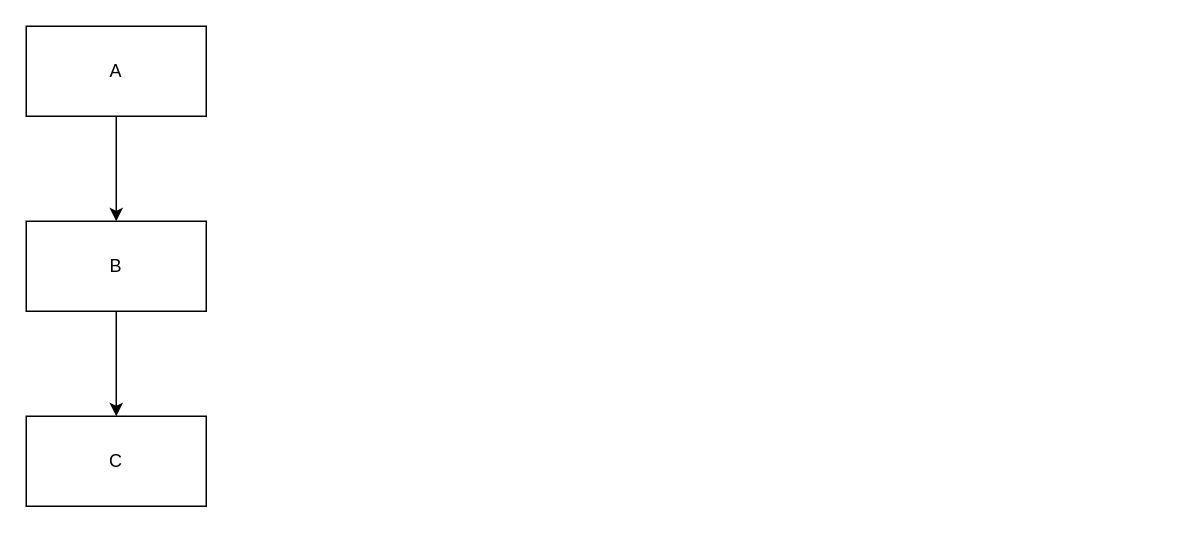
This is Untitled Diagram.drawio from kiritsev/diagrams, a draw.io file, before an edit. Source tidied: cells renumbered, new cells numbered last; positions are measured from the earlier drawing's top-left corner, leaving out a move shared by most shapes. Both pictures are drawn from the tidied source at 150%, with x=0, y=0 at pixel (26, 26).
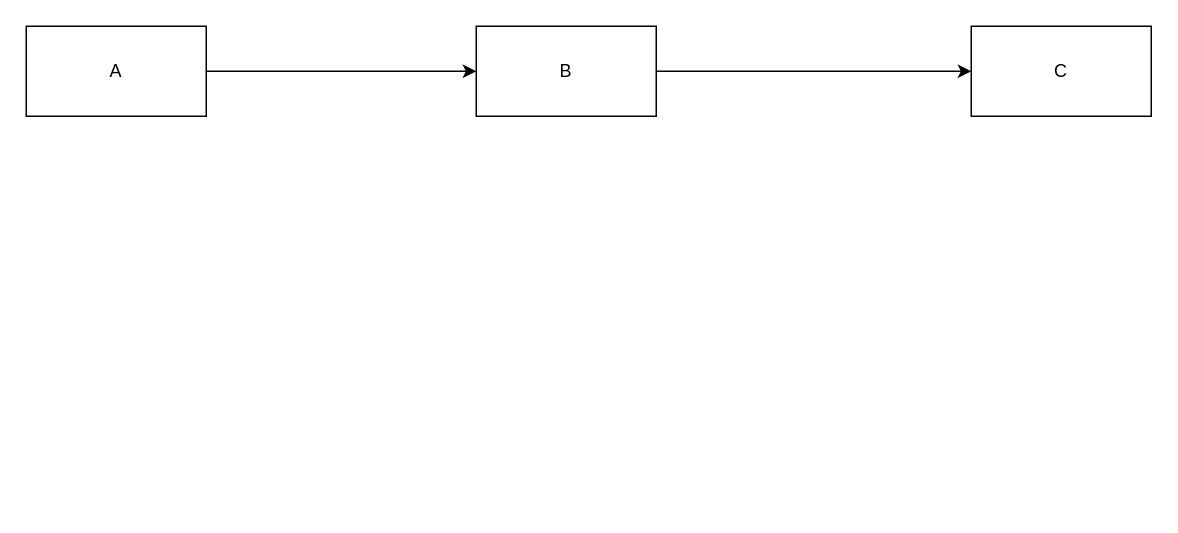
After the change.

Diff of the diagram source:
```diff
@@
 <mxGraphModel>
   <root>
     <mxCell id="0" />
     <mxCell id="1" parent="0" />
     <mxCell id="2" value="A" style="rounded=0;whiteSpace=wrap;html=1;" parent="1" vertex="1">
       <mxGeometry width="120" height="60" as="geometry" />
     </mxCell>
     <mxCell id="3" value="C" style="rounded=0;whiteSpace=wrap;html=1;" parent="1" vertex="1">
-      <mxGeometry y="260" width="120" height="60" as="geometry" />
+      <mxGeometry x="630" width="120" height="60" as="geometry" />
     </mxCell>
     <mxCell id="4" value="B" style="rounded=0;whiteSpace=wrap;html=1;" parent="1" vertex="1">
-      <mxGeometry y="130" width="120" height="60" as="geometry" />
+      <mxGeometry x="300" width="120" height="60" as="geometry" />
     </mxCell>
-    <mxCell id="5" style="endArrow=classic;html=1;rounded=0;exitX=0.5;exitY=1;exitDx=0;exitDy=0;entryX=0.5;entryY=0;entryDx=0;entryDy=0;" parent="1" edge="1" source="2" target="4">
+    <mxCell id="5" style="endArrow=classic;html=1;rounded=0;exitX=1;exitY=0.5;exitDx=0;exitDy=0;entryX=0;entryY=0.5;entryDx=0;entryDy=0;" parent="1" edge="1" source="2" target="4">
       <mxGeometry relative="1" as="geometry" />
     </mxCell>
-    <mxCell id="6" style="endArrow=classic;html=1;rounded=0;exitX=0.5;exitY=1;exitDx=0;exitDy=0;entryX=0.5;entryY=0;entryDx=0;entryDy=0;" parent="1" edge="1" source="4" target="3">
+    <mxCell id="6" style="endArrow=classic;html=1;rounded=0;exitX=1;exitY=0.5;exitDx=0;exitDy=0;entryX=0;entryY=0.5;entryDx=0;entryDy=0;" parent="1" edge="1" source="4" target="3">
       <mxGeometry relative="1" as="geometry" />
     </mxCell>
   </root>
 </mxGraphModel>
```
